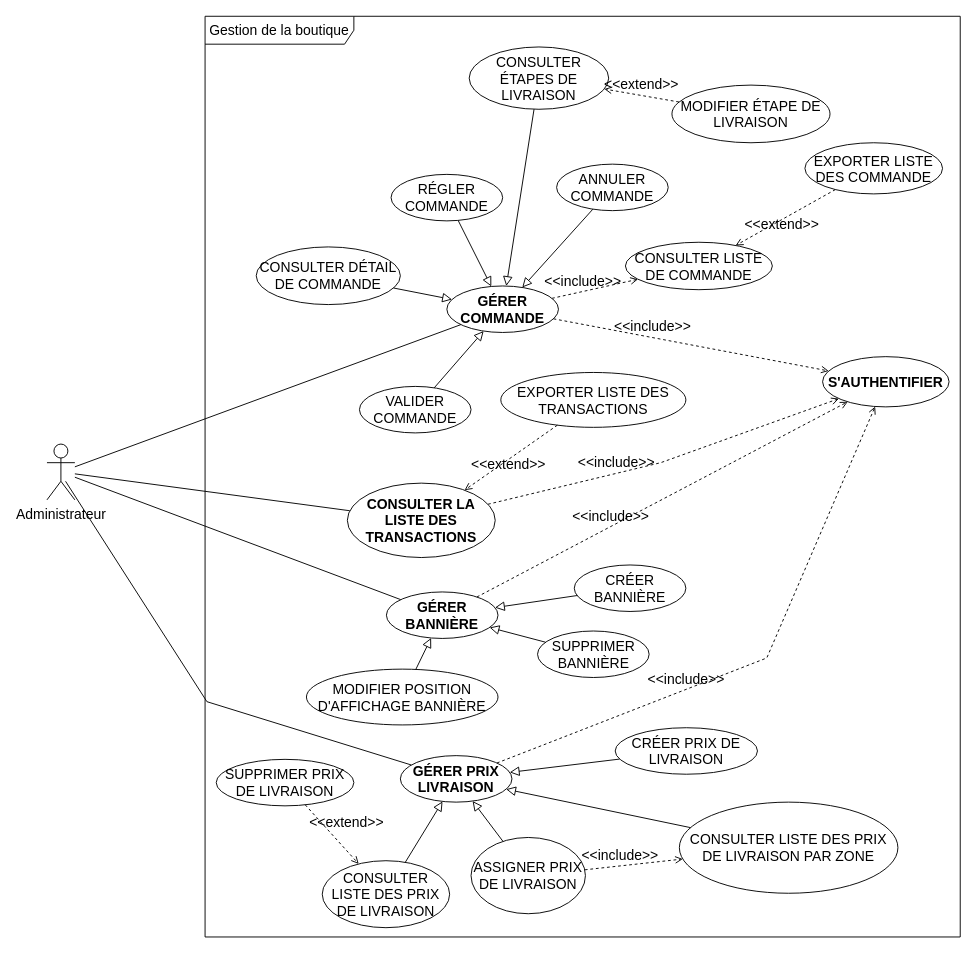
Before: page "DCU-3-BOUTIQUE" (3 of 10) of Diagramme cas d'utiilisation katina.drawio in kbvac/Diagramme-UML, a draw.io diagram. Source tidied: cells renumbered, new cells numbered last; positions are measured from the earlier drawing's top-left corner, leaving out a move shared by most shapes. Both pictures are drawn from the tidied source at 93%, with x=0, y=0 at pixel (46, 16).
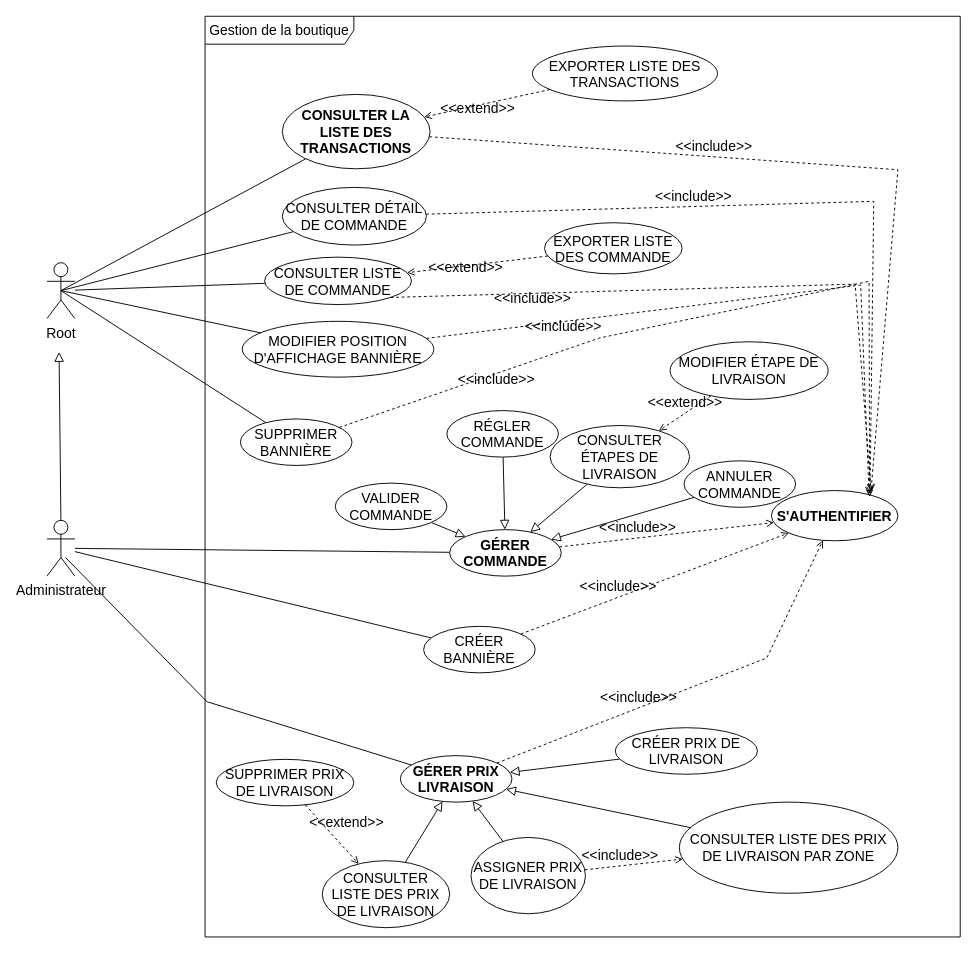
After the change.

Unchanged cells that the change refers to:
```xml
<mxCell id="17" value="Gestion de la boutique" style="shape=umlFrame;whiteSpace=wrap;html=1;width=160;fontSize=15;" parent="1" vertex="1">
  <mxGeometry x="170" width="812" height="990" as="geometry" />
</mxCell>
<mxCell id="30" value="&lt;font style=&quot;font-size: 15px;&quot;&gt;&lt;b style=&quot;font-size: 15px;&quot;&gt;GÉRER PRIX LIVRAISON&lt;/b&gt;&lt;/font&gt;" style="ellipse;whiteSpace=wrap;html=1;fontSize=15;" parent="17" vertex="1">
  <mxGeometry x="210" y="795" width="120" height="50" as="geometry" />
</mxCell>
```

Change to the diagram source:
```diff
@@
     <mxCell id="2" value="Administrateur&lt;br style=&quot;font-size: 15px;&quot;&gt;" style="shape=umlActor;verticalLabelPosition=bottom;verticalAlign=top;html=1;fontSize=15;" parent="1" vertex="1">
-      <mxGeometry y="460" width="30" height="60" as="geometry" />
+      <mxGeometry y="542" width="30" height="60" as="geometry" />
     </mxCell>
-    <mxCell id="3" value="&amp;lt;&amp;lt;include&amp;gt;&amp;gt;" style="html=1;verticalAlign=bottom;labelBackgroundColor=none;endArrow=open;endFill=0;dashed=1;rounded=0;fontSize=15;" parent="1" edge="1" source="4" target="21">
-      <mxGeometry x="-0.28" y="-1" relative="1" as="geometry">
-        <mxPoint y="-1" as="offset" />
-      </mxGeometry>
-    </mxCell>
-    <mxCell id="4" value="&lt;b style=&quot;font-size: 15px;&quot;&gt;GÉRER COMMANDE&lt;/b&gt;" style="ellipse;whiteSpace=wrap;html=1;fontSize=15;" parent="1" vertex="1">
-      <mxGeometry x="430" y="290" width="120" height="50" as="geometry" />
-    </mxCell>
-    <mxCell id="5" value="&lt;font style=&quot;font-size: 15px;&quot;&gt;CONSULTER DÉTAIL DE COMMANDE&lt;/font&gt;" style="ellipse;whiteSpace=wrap;html=1;fontSize=15;" parent="1" vertex="1">
-      <mxGeometry x="225" y="248" width="155" height="62" as="geometry" />
-    </mxCell>
@@
-    <mxCell id="7" value="&amp;lt;&amp;lt;include&amp;gt;&amp;gt;" style="html=1;verticalAlign=bottom;labelBackgroundColor=none;endArrow=open;endFill=0;dashed=1;rounded=0;fontSize=15;" parent="1" edge="1" source="4" target="8">
-      <mxGeometry x="-0.28" y="-1" relative="1" as="geometry">
-        <mxPoint y="-1" as="offset" />
-      </mxGeometry>
-    </mxCell>
-    <mxCell id="8" value="&lt;font style=&quot;font-size: 15px;&quot;&gt;&lt;b style=&quot;font-size: 15px;&quot;&gt;S'AUTHENTIFIER&lt;/b&gt;&lt;/font&gt;" style="ellipse;whiteSpace=wrap;html=1;fontSize=15;" parent="1" vertex="1">
-      <mxGeometry x="834" y="366" width="136" height="54" as="geometry" />
-    </mxCell>
-    <mxCell id="9" value="&lt;font style=&quot;font-size: 15px;&quot;&gt;RÉGLER COMMANDE&lt;/font&gt;" style="ellipse;whiteSpace=wrap;html=1;fontSize=15;" parent="1" vertex="1">
-      <mxGeometry x="370" y="170" width="120" height="50" as="geometry" />
-    </mxCell>
-    <mxCell id="10" value="&lt;font style=&quot;font-size: 15px; font-weight: normal;&quot;&gt;CONSULTER ÉTAPES DE LIVRAISON&lt;/font&gt;" style="ellipse;whiteSpace=wrap;html=1;fontStyle=1;fontSize=15;" parent="1" vertex="1">
-      <mxGeometry x="454" y="33" width="150" height="67" as="geometry" />
-    </mxCell>
@@
-    <mxCell id="12" value="&amp;lt;&amp;lt;include&amp;gt;&amp;gt;" style="html=1;verticalAlign=bottom;labelBackgroundColor=none;endArrow=open;endFill=0;dashed=1;rounded=0;fontSize=15;" parent="1" edge="1" source="43" target="8">
-      <mxGeometry x="-0.28" y="-1" relative="1" as="geometry">
-        <mxPoint y="-1" as="offset" />
-      </mxGeometry>
-    </mxCell>
-    <mxCell id="13" style="endArrow=none;startArrow=none;endFill=0;startFill=0;endSize=8;html=1;verticalAlign=bottom;labelBackgroundColor=none;strokeWidth=1;rounded=0;fontSize=15;" parent="1" edge="1" source="2" target="25">
+    <mxCell id="13" style="endArrow=none;startArrow=none;endFill=0;startFill=0;endSize=8;html=1;verticalAlign=bottom;labelBackgroundColor=none;strokeWidth=1;rounded=0;fontSize=15;exitX=0.5;exitY=0.5;exitDx=0;exitDy=0;exitPerimeter=0;" parent="1" edge="1" source="67" target="25">
       <mxGeometry relative="1" as="geometry" />
     </mxCell>
-    <mxCell id="14" value="&amp;lt;&amp;lt;include&amp;gt;&amp;gt;" style="html=1;verticalAlign=bottom;labelBackgroundColor=none;endArrow=open;endFill=0;dashed=1;rounded=0;fontSize=15;" parent="1" edge="1" source="25" target="8">
-      <mxGeometry x="-0.28" y="-1" relative="1" as="geometry">
-        <Array as="points">
-          <mxPoint x="660" y="480" />
-        </Array>
-        <mxPoint y="-1" as="offset" />
-      </mxGeometry>
-    </mxCell>
-    <mxCell id="15" style="endArrow=none;startArrow=none;endFill=0;startFill=0;endSize=8;html=1;verticalAlign=bottom;labelBackgroundColor=none;strokeWidth=1;rounded=0;fontSize=15;" parent="1" edge="1" source="2" target="43">
+    <mxCell id="15" style="endArrow=none;startArrow=none;endFill=0;startFill=0;endSize=8;html=1;verticalAlign=bottom;labelBackgroundColor=none;strokeWidth=1;rounded=0;fontSize=15;" parent="1" edge="1" source="2" target="44">
       <mxGeometry relative="1" as="geometry" />
     </mxCell>
-    <mxCell id="16" value="&amp;lt;&amp;lt;include&amp;gt;&amp;gt;" style="html=1;verticalAlign=bottom;labelBackgroundColor=none;endArrow=open;endFill=0;dashed=1;rounded=0;fontSize=15;" parent="1" edge="1" source="30" target="8">
-      <mxGeometry x="-0.28" y="-1" relative="1" as="geometry">
-        <Array as="points">
-          <mxPoint x="774" y="690" />
-        </Array>
-        <mxPoint y="-1" as="offset" />
-      </mxGeometry>
-    </mxCell>
@@
     <mxCell id="19" value="&lt;font style=&quot;font-size: 15px; font-weight: normal;&quot;&gt;MODIFIER ÉTAPE DE LIVRAISON&lt;/font&gt;" style="ellipse;whiteSpace=wrap;html=1;fontStyle=1;fontSize=15;" parent="17" vertex="1">
-      <mxGeometry x="502" y="74" width="170" height="62" as="geometry" />
+      <mxGeometry x="500" y="350" width="170" height="62" as="geometry" />
     </mxCell>
     <mxCell id="20" value="&lt;font style=&quot;font-size: 15px;&quot;&gt;ANNULER COMMANDE&lt;/font&gt;" style="ellipse;whiteSpace=wrap;html=1;fontSize=15;" parent="17" vertex="1">
-      <mxGeometry x="378" y="159" width="120" height="50" as="geometry" />
+      <mxGeometry x="515" y="478" width="120" height="50" as="geometry" />
     </mxCell>
     <mxCell id="21" value="&lt;font style=&quot;font-size: 15px;&quot;&gt;CONSULTER LISTE DE COMMANDE&lt;/font&gt;" style="ellipse;whiteSpace=wrap;html=1;fontSize=15;" parent="17" vertex="1">
-      <mxGeometry x="452" y="243" width="158" height="51" as="geometry" />
+      <mxGeometry x="64" y="259" width="158" height="51" as="geometry" />
     </mxCell>
     <mxCell id="22" value="&lt;font style=&quot;font-size: 15px;&quot;&gt;EXPORTER LISTE DES COMMANDE&lt;/font&gt;" style="ellipse;whiteSpace=wrap;html=1;fontSize=15;" parent="17" vertex="1">
-      <mxGeometry x="645" y="136" width="148" height="55" as="geometry" />
+      <mxGeometry x="365" y="222" width="148" height="55" as="geometry" />
     </mxCell>
@@
     <mxCell id="24" value="&lt;font style=&quot;font-size: 15px;&quot;&gt;EXPORTER LISTE DES TRANSACTIONS&lt;/font&gt;" style="ellipse;whiteSpace=wrap;html=1;fontSize=15;" parent="17" vertex="1">
-      <mxGeometry x="318" y="383" width="199" height="59" as="geometry" />
+      <mxGeometry x="352" y="32" width="199" height="59" as="geometry" />
     </mxCell>
     <mxCell id="25" value="&lt;b style=&quot;font-size: 15px;&quot;&gt;CONSULTER LA LISTE DES TRANSACTIONS&lt;/b&gt;" style="ellipse;whiteSpace=wrap;html=1;fontSize=15;" parent="17" vertex="1">
-      <mxGeometry x="153" y="502" width="159" height="80" as="geometry" />
+      <mxGeometry x="83" y="84" width="159" height="80" as="geometry" />
     </mxCell>
     <mxCell id="26" value="&lt;font style=&quot;font-size: 15px;&quot;&gt;VALIDER COMMANDE&lt;/font&gt;" style="ellipse;whiteSpace=wrap;html=1;fontSize=15;" parent="17" vertex="1">
-      <mxGeometry x="166" y="398" width="120" height="50" as="geometry" />
+      <mxGeometry x="140" y="502" width="120" height="50" as="geometry" />
     </mxCell>
@@
-    <mxCell id="43" value="&lt;font style=&quot;font-size: 15px;&quot;&gt;&lt;b style=&quot;font-size: 15px;&quot;&gt;GÉRER BANNIÈRE&lt;/b&gt;&lt;/font&gt;" style="ellipse;whiteSpace=wrap;html=1;fontSize=15;" parent="17" vertex="1">
-      <mxGeometry x="195" y="619" width="120" height="50" as="geometry" />
-    </mxCell>
     <mxCell id="44" value="&lt;font style=&quot;font-size: 15px;&quot;&gt;CRÉER BANNIÈRE&lt;br style=&quot;font-size: 15px;&quot;&gt;&lt;/font&gt;" style="ellipse;whiteSpace=wrap;html=1;fontSize=15;" parent="17" vertex="1">
-      <mxGeometry x="397" y="590" width="120" height="50" as="geometry" />
+      <mxGeometry x="235" y="656" width="120" height="50" as="geometry" />
     </mxCell>
-    <mxCell id="45" style="endArrow=block;html=1;rounded=0;align=center;verticalAlign=bottom;endFill=0;labelBackgroundColor=none;endSize=8;fontSize=15;" parent="17" edge="1" source="44" target="43">
-      <mxGeometry relative="1" as="geometry" />
-    </mxCell>
-    <mxCell id="46" style="html=1;align=center;verticalAlign=top;labelBackgroundColor=none;fontSize=15;" parent="45" vertex="1">
-      <mxGeometry relative="1" as="geometry" />
-    </mxCell>
     <mxCell id="47" value="&lt;font style=&quot;font-size: 15px;&quot;&gt;SUPPRIMER BANNIÈRE&lt;/font&gt;" style="ellipse;whiteSpace=wrap;html=1;fontSize=15;" parent="17" vertex="1">
-      <mxGeometry x="357.5" y="661" width="120" height="50" as="geometry" />
+      <mxGeometry x="38" y="433" width="120" height="50" as="geometry" />
     </mxCell>
-    <mxCell id="48" style="endArrow=block;html=1;rounded=0;align=center;verticalAlign=bottom;endFill=0;labelBackgroundColor=none;endSize=8;fontSize=15;" parent="17" edge="1" source="47" target="43">
-      <mxGeometry relative="1" as="geometry" />
-    </mxCell>
-    <mxCell id="49" style="html=1;align=center;verticalAlign=top;labelBackgroundColor=none;fontSize=15;" parent="48" vertex="1">
-      <mxGeometry relative="1" as="geometry" />
-    </mxCell>
     <mxCell id="50" value="&lt;font style=&quot;font-size: 15px;&quot;&gt;MODIFIER POSITION D'AFFICHAGE BANNIÈRE&lt;/font&gt;" style="ellipse;whiteSpace=wrap;html=1;fontSize=15;" parent="17" vertex="1">
-      <mxGeometry x="109" y="702" width="206" height="60" as="geometry" />
+      <mxGeometry x="40" y="328" width="206" height="60" as="geometry" />
     </mxCell>
-    <mxCell id="51" style="endArrow=block;html=1;rounded=0;align=center;verticalAlign=bottom;endFill=0;labelBackgroundColor=none;endSize=8;fontSize=15;" parent="17" edge="1" source="50" target="43">
-      <mxGeometry relative="1" as="geometry" />
-    </mxCell>
-    <mxCell id="52" style="html=1;align=center;verticalAlign=top;labelBackgroundColor=none;fontSize=15;" parent="51" vertex="1">
-      <mxGeometry relative="1" as="geometry" />
-    </mxCell>
-    <mxCell id="53" style="endArrow=block;html=1;rounded=0;align=center;verticalAlign=bottom;endFill=0;labelBackgroundColor=none;endSize=8;fontSize=15;" parent="1" edge="1" source="5" target="4">
-      <mxGeometry relative="1" as="geometry" />
-    </mxCell>
-    <mxCell id="54" style="html=1;align=center;verticalAlign=top;labelBackgroundColor=none;fontSize=15;" parent="53" vertex="1">
-      <mxGeometry relative="1" as="geometry" />
-    </mxCell>
-    <mxCell id="55" style="endArrow=block;html=1;rounded=0;align=center;verticalAlign=bottom;endFill=0;labelBackgroundColor=none;endSize=8;fontSize=15;" parent="1" edge="1" source="9" target="4">
-      <mxGeometry relative="1" as="geometry" />
-    </mxCell>
-    <mxCell id="56" style="html=1;align=center;verticalAlign=top;labelBackgroundColor=none;fontSize=15;" parent="55" vertex="1">
-      <mxGeometry relative="1" as="geometry" />
-    </mxCell>
-    <mxCell id="57" style="endArrow=block;html=1;rounded=0;align=center;verticalAlign=bottom;endFill=0;labelBackgroundColor=none;endSize=8;fontSize=15;" parent="1" edge="1" source="10" target="4">
-      <mxGeometry relative="1" as="geometry" />
-    </mxCell>
-    <mxCell id="58" style="html=1;align=center;verticalAlign=top;labelBackgroundColor=none;fontSize=15;" parent="57" vertex="1">
-      <mxGeometry relative="1" as="geometry" />
-    </mxCell>
+    <mxCell id="5" value="&lt;font style=&quot;font-size: 15px;&quot;&gt;CONSULTER DÉTAIL DE COMMANDE&lt;/font&gt;" style="ellipse;whiteSpace=wrap;html=1;fontSize=15;" parent="17" vertex="1">
+      <mxGeometry x="83" y="184" width="155" height="62" as="geometry" />
+    </mxCell>
+    <mxCell id="4" value="&lt;b style=&quot;font-size: 15px;&quot;&gt;GÉRER COMMANDE&lt;/b&gt;" style="ellipse;whiteSpace=wrap;html=1;fontSize=15;" parent="17" vertex="1">
+      <mxGeometry x="263" y="552" width="120" height="50" as="geometry" />
+    </mxCell>
-    <mxCell id="59" style="endArrow=block;html=1;rounded=0;align=center;verticalAlign=bottom;endFill=0;labelBackgroundColor=none;endSize=8;fontSize=15;" parent="1" edge="1" source="20" target="4">
+    <mxCell id="59" style="endArrow=block;html=1;rounded=0;align=center;verticalAlign=bottom;endFill=0;labelBackgroundColor=none;endSize=8;fontSize=15;" parent="17" edge="1" source="20" target="4">
       <mxGeometry relative="1" as="geometry" />
     </mxCell>
@@
-    <mxCell id="61" style="endArrow=block;html=1;rounded=0;align=center;verticalAlign=bottom;endFill=0;labelBackgroundColor=none;endSize=8;fontSize=15;" parent="1" edge="1" source="26" target="4">
+    <mxCell id="61" style="endArrow=block;html=1;rounded=0;align=center;verticalAlign=bottom;endFill=0;labelBackgroundColor=none;endSize=8;fontSize=15;" parent="17" edge="1" source="26" target="4">
       <mxGeometry relative="1" as="geometry" />
     </mxCell>
@@
+    <mxCell id="8" value="&lt;font style=&quot;font-size: 15px;&quot;&gt;&lt;b style=&quot;font-size: 15px;&quot;&gt;S'AUTHENTIFIER&lt;/b&gt;&lt;/font&gt;" style="ellipse;whiteSpace=wrap;html=1;fontSize=15;" parent="17" vertex="1">
+      <mxGeometry x="609" y="510" width="136" height="54" as="geometry" />
+    </mxCell>
+    <mxCell id="7" value="&amp;lt;&amp;lt;include&amp;gt;&amp;gt;" style="html=1;verticalAlign=bottom;labelBackgroundColor=none;endArrow=open;endFill=0;dashed=1;rounded=0;fontSize=15;" parent="17" edge="1" source="4" target="8">
+      <mxGeometry x="-0.28" y="-1" relative="1" as="geometry">
+        <mxPoint y="-1" as="offset" />
+      </mxGeometry>
+    </mxCell>
+    <mxCell id="12" value="&amp;lt;&amp;lt;include&amp;gt;&amp;gt;" style="html=1;verticalAlign=bottom;labelBackgroundColor=none;endArrow=open;endFill=0;dashed=1;rounded=0;fontSize=15;" parent="17" edge="1" source="44" target="8">
+      <mxGeometry x="-0.28" y="-1" relative="1" as="geometry">
+        <mxPoint y="-1" as="offset" />
+      </mxGeometry>
+    </mxCell>
+    <mxCell id="14" value="&amp;lt;&amp;lt;include&amp;gt;&amp;gt;" style="html=1;verticalAlign=bottom;labelBackgroundColor=none;endArrow=open;endFill=0;dashed=1;rounded=0;fontSize=15;entryX=0.787;entryY=0.016;entryDx=0;entryDy=0;entryPerimeter=0;" parent="17" edge="1" source="25" target="8">
+      <mxGeometry x="-0.28" y="-1" relative="1" as="geometry">
+        <Array as="points">
+          <mxPoint x="745" y="165" />
+        </Array>
+        <mxPoint y="-1" as="offset" />
+      </mxGeometry>
+    </mxCell>
+    <mxCell id="16" value="&amp;lt;&amp;lt;include&amp;gt;&amp;gt;" style="html=1;verticalAlign=bottom;labelBackgroundColor=none;endArrow=open;endFill=0;dashed=1;rounded=0;fontSize=15;" parent="17" edge="1" source="30" target="8">
+      <mxGeometry x="-0.28" y="-1" relative="1" as="geometry">
+        <Array as="points">
+          <mxPoint x="604" y="690" />
+        </Array>
+        <mxPoint y="-1" as="offset" />
+      </mxGeometry>
+    </mxCell>
+    <mxCell id="9" value="&lt;font style=&quot;font-size: 15px;&quot;&gt;RÉGLER COMMANDE&lt;/font&gt;" style="ellipse;whiteSpace=wrap;html=1;fontSize=15;" parent="17" vertex="1">
+      <mxGeometry x="260" y="424" width="120" height="50" as="geometry" />
+    </mxCell>
+    <mxCell id="55" style="endArrow=block;html=1;rounded=0;align=center;verticalAlign=bottom;endFill=0;labelBackgroundColor=none;endSize=8;fontSize=15;" parent="17" edge="1" source="9" target="4">
+      <mxGeometry relative="1" as="geometry" />
+    </mxCell>
+    <mxCell id="56" style="html=1;align=center;verticalAlign=top;labelBackgroundColor=none;fontSize=15;" parent="55" vertex="1">
+      <mxGeometry relative="1" as="geometry" />
+    </mxCell>
+    <mxCell id="10" value="&lt;font style=&quot;font-size: 15px; font-weight: normal;&quot;&gt;CONSULTER ÉTAPES DE LIVRAISON&lt;/font&gt;" style="ellipse;whiteSpace=wrap;html=1;fontStyle=1;fontSize=15;" parent="17" vertex="1">
+      <mxGeometry x="371" y="440" width="150" height="67" as="geometry" />
+    </mxCell>
+    <mxCell id="57" style="endArrow=block;html=1;rounded=0;align=center;verticalAlign=bottom;endFill=0;labelBackgroundColor=none;endSize=8;fontSize=15;" parent="17" edge="1" source="10" target="4">
+      <mxGeometry relative="1" as="geometry" />
+    </mxCell>
+    <mxCell id="58" style="html=1;align=center;verticalAlign=top;labelBackgroundColor=none;fontSize=15;" parent="57" vertex="1">
+      <mxGeometry relative="1" as="geometry" />
+    </mxCell>
-    <mxCell id="63" value="&amp;lt;&amp;lt;extend&amp;gt;&amp;gt;" style="html=1;verticalAlign=bottom;labelBackgroundColor=none;endArrow=open;endFill=0;dashed=1;rounded=0;fontSize=15;" parent="1" edge="1" source="19" target="10">
+    <mxCell id="63" value="&amp;lt;&amp;lt;extend&amp;gt;&amp;gt;" style="html=1;verticalAlign=bottom;labelBackgroundColor=none;endArrow=open;endFill=0;dashed=1;rounded=0;fontSize=15;" parent="17" edge="1" source="19" target="10">
       <mxGeometry relative="1" as="geometry" />
     </mxCell>
+    <mxCell id="64" value="&amp;lt;&amp;lt;include&amp;gt;&amp;gt;" style="html=1;verticalAlign=bottom;labelBackgroundColor=none;endArrow=open;endFill=0;dashed=1;rounded=0;fontSize=15;" parent="17" edge="1" source="5">
+      <mxGeometry x="-0.28" y="-1" relative="1" as="geometry">
+        <mxPoint x="715" y="514" as="targetPoint" />
+        <Array as="points">
+          <mxPoint x="719" y="199" />
+        </Array>
+        <mxPoint y="-1" as="offset" />
+      </mxGeometry>
+    </mxCell>
+    <mxCell id="65" value="&amp;lt;&amp;lt;include&amp;gt;&amp;gt;" style="html=1;verticalAlign=bottom;labelBackgroundColor=none;endArrow=open;endFill=0;dashed=1;rounded=0;fontSize=15;exitX=1;exitY=1;exitDx=0;exitDy=0;entryX=0.787;entryY=0.016;entryDx=0;entryDy=0;entryPerimeter=0;" parent="17" edge="1" source="21" target="8">
+      <mxGeometry x="-0.58" y="-16" relative="1" as="geometry">
+        <Array as="points">
+          <mxPoint x="699" y="288" />
+        </Array>
+        <mxPoint y="1" as="offset" />
+      </mxGeometry>
+    </mxCell>
+    <mxCell id="66" value="&amp;lt;&amp;lt;include&amp;gt;&amp;gt;" style="html=1;verticalAlign=bottom;labelBackgroundColor=none;endArrow=open;endFill=0;dashed=1;rounded=0;fontSize=15;entryX=0.776;entryY=0.13;entryDx=0;entryDy=0;entryPerimeter=0;" parent="17" edge="1" source="47" target="8">
+      <mxGeometry x="-0.58" y="-16" relative="1" as="geometry">
+        <Array as="points">
+          <mxPoint x="424" y="346" />
+          <mxPoint x="714" y="285" />
+        </Array>
+        <mxPoint y="1" as="offset" />
+      </mxGeometry>
+    </mxCell>
+    <mxCell id="67" value="Root" style="shape=umlActor;verticalLabelPosition=bottom;verticalAlign=top;html=1;fontSize=15;" parent="1" vertex="1">
+      <mxGeometry y="265" width="30" height="60" as="geometry" />
+    </mxCell>
+    <mxCell id="68" style="endArrow=none;startArrow=none;endFill=0;startFill=0;endSize=8;html=1;verticalAlign=bottom;labelBackgroundColor=none;strokeWidth=1;rounded=0;fontSize=15;exitX=0.5;exitY=0.5;exitDx=0;exitDy=0;exitPerimeter=0;" parent="1" edge="1" source="67" target="5">
+      <mxGeometry relative="1" as="geometry" />
+    </mxCell>
+    <mxCell id="69" style="endArrow=none;startArrow=none;endFill=0;startFill=0;endSize=8;html=1;verticalAlign=bottom;labelBackgroundColor=none;strokeWidth=1;rounded=0;fontSize=15;" parent="1" edge="1" source="67" target="21">
+      <mxGeometry relative="1" as="geometry" />
+    </mxCell>
+    <mxCell id="70" style="endArrow=none;startArrow=none;endFill=0;startFill=0;endSize=8;html=1;verticalAlign=bottom;labelBackgroundColor=none;strokeWidth=1;rounded=0;fontSize=15;exitX=0.5;exitY=0.5;exitDx=0;exitDy=0;exitPerimeter=0;" parent="1" edge="1" source="67" target="50">
+      <mxGeometry relative="1" as="geometry" />
+    </mxCell>
+    <mxCell id="71" style="endArrow=block;html=1;rounded=0;align=center;verticalAlign=bottom;endFill=0;labelBackgroundColor=none;endSize=8;exitX=0.5;exitY=0;exitDx=0;exitDy=0;exitPerimeter=0;" parent="1" edge="1" source="2">
+      <mxGeometry relative="1" as="geometry">
+        <mxPoint x="13" y="361" as="targetPoint" />
+      </mxGeometry>
+    </mxCell>
+    <mxCell id="72" style="endArrow=none;startArrow=none;endFill=0;startFill=0;endSize=8;html=1;verticalAlign=bottom;labelBackgroundColor=none;strokeWidth=1;rounded=0;fontSize=15;exitX=0.5;exitY=0.5;exitDx=0;exitDy=0;exitPerimeter=0;" parent="1" edge="1" source="67" target="47">
+      <mxGeometry relative="1" as="geometry" />
+    </mxCell>
+    <mxCell id="73" value="&amp;lt;&amp;lt;include&amp;gt;&amp;gt;" style="html=1;verticalAlign=bottom;labelBackgroundColor=none;endArrow=open;endFill=0;dashed=1;rounded=0;fontSize=15;" parent="1" edge="1" source="50">
+      <mxGeometry x="-0.58" y="-16" relative="1" as="geometry">
+        <mxPoint x="884" y="514" as="targetPoint" />
+        <Array as="points">
+          <mxPoint x="875" y="289" />
+        </Array>
+        <mxPoint y="1" as="offset" />
+      </mxGeometry>
+    </mxCell>
```
